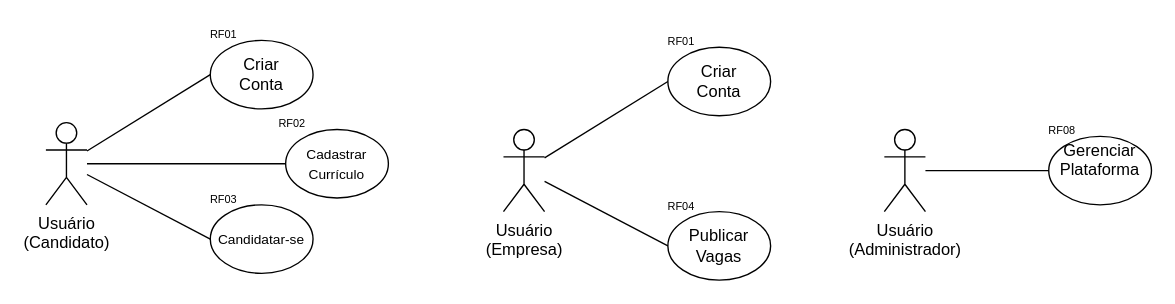
Earlier version of the draw.io diagram projetos_laravel_elaborados/portal_empregos_laravel/requisitos/casos_de_uso_portal_empregos.drawio (Edu1Sinico/Projeto_Laravel). Source tidied: cells renumbered, new cells numbered last; positions are measured from the earlier drawing's top-left corner, leaving out a move shared by most shapes. Both pictures are drawn from the tidied source at 137%, with x=0, y=0 at pixel (45, 26).
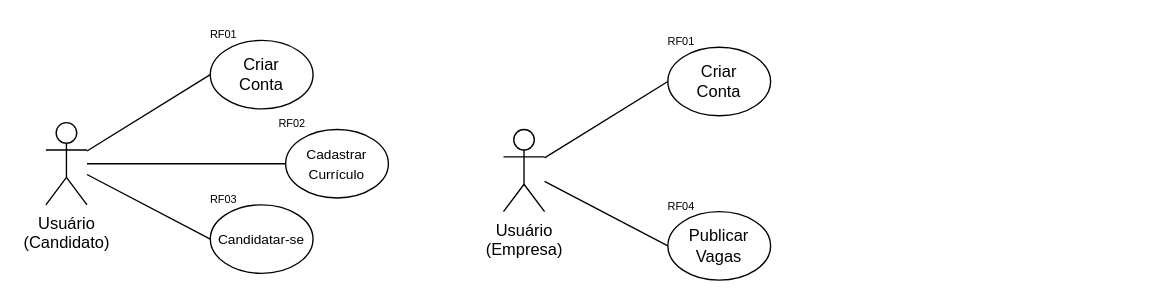
After the change.

Commit message (it also covers changes not shown here):
Atualizando a lista de requisitos e e o diagrama de casos de uso - 18/09/2026

What changed in the source:
```diff
@@
-    <mxCell id="19" value="Usuário&lt;br&gt;(Administrador)" style="shape=umlActor;verticalLabelPosition=bottom;verticalAlign=top;html=1;outlineConnect=0;" parent="1" vertex="1">
-      <mxGeometry x="612" y="75" width="30" height="60" as="geometry" />
-    </mxCell>
-    <mxCell id="20" value="Gerenciar Plataforma&lt;div&gt;&lt;br&gt;&lt;/div&gt;" style="ellipse;whiteSpace=wrap;html=1;shapeInside=1;" parent="1" vertex="1">
-      <mxGeometry x="732" y="80" width="75" height="50" as="geometry" />
-    </mxCell>
-    <mxCell id="21" style="endArrow=none;html=1;rounded=0;entryX=0;entryY=0.5;entryDx=0;entryDy=0;" parent="1" edge="1" source="19" target="20">
-      <mxGeometry relative="1" as="geometry" />
-    </mxCell>
-    <mxCell id="22" value="&lt;font style=&quot;font-size: 8px;&quot;&gt;RF08&lt;/font&gt;" style="text;html=1;whiteSpace=wrap;strokeColor=none;fillColor=none;align=center;verticalAlign=middle;rounded=0;" parent="1" vertex="1">
-      <mxGeometry x="732" y="70" width="20" height="10" as="geometry" />
-    </mxCell>
```
